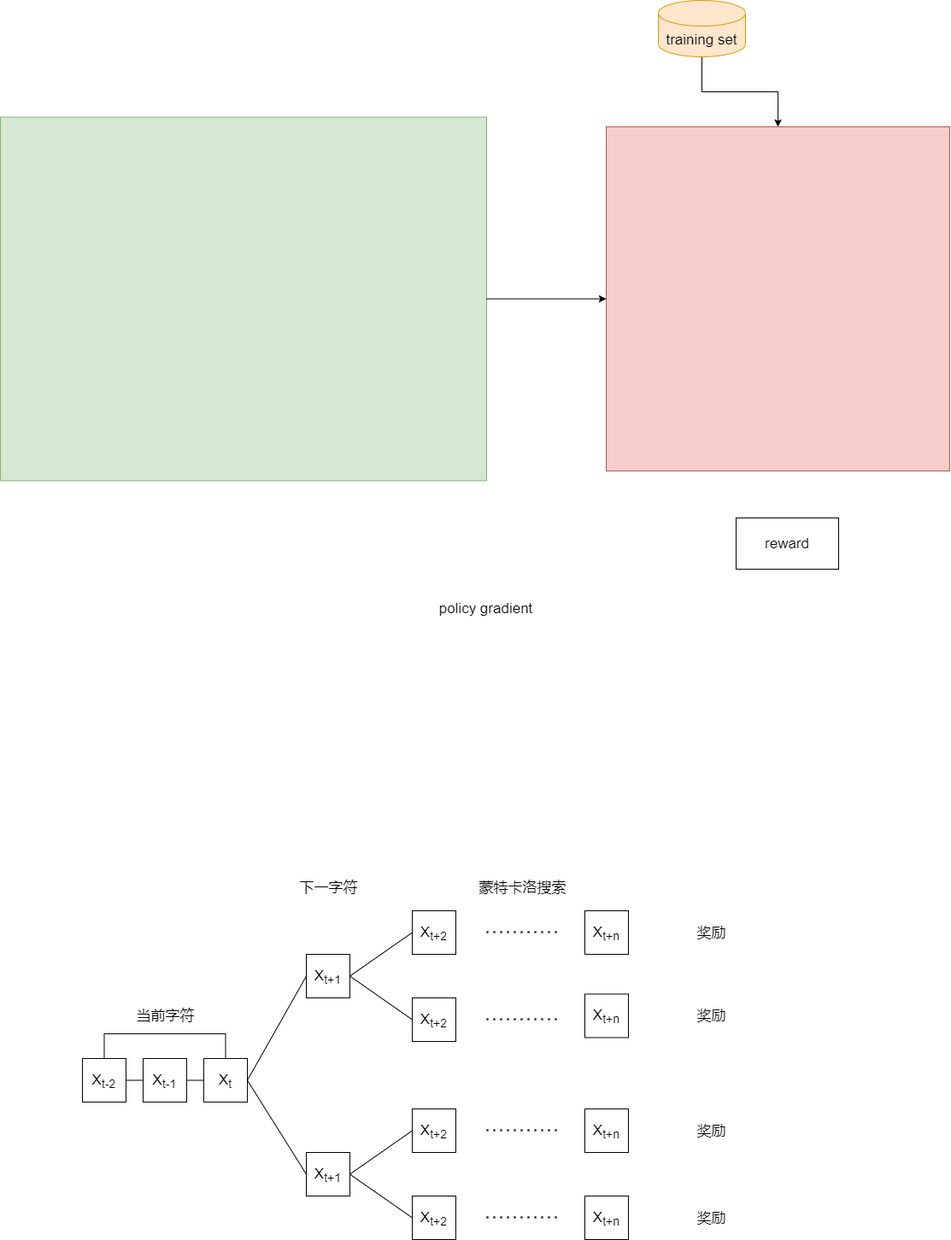
The draw.io diagram seqgan.drawio.png in lakomi/pictures, before a commit. Source tidied: cells renumbered, new cells last; positions are measured from the earlier drawing's top-left corner, leaving out a move shared by most shapes.
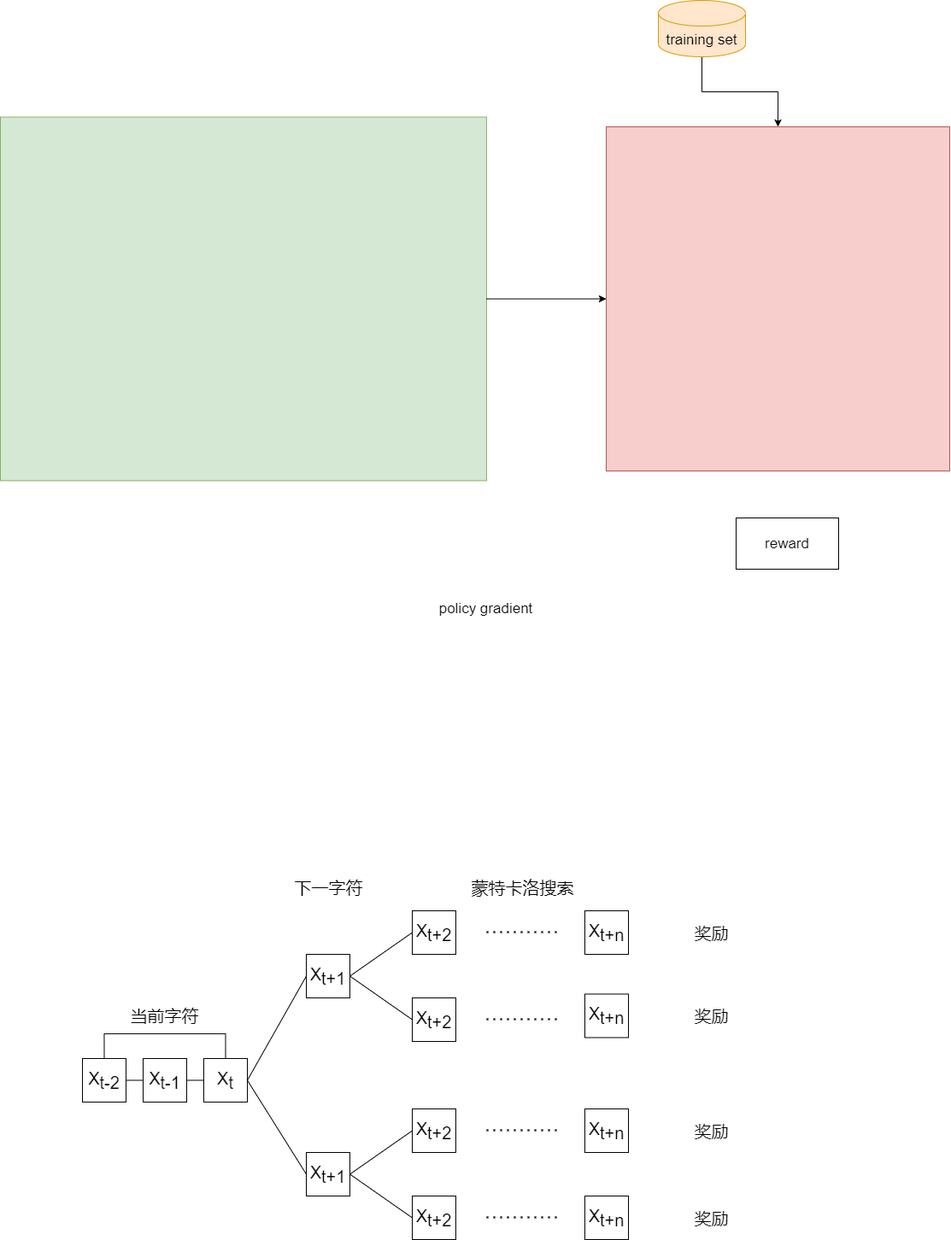
The same file after the commit.

What changed in the source:
```diff
@@ -23,10 +23,10 @@
     <mxCell id="8" value="reward" style="rounded=0;whiteSpace=wrap;html=1;fontSize=17;" parent="1" vertex="1">
       <mxGeometry x="861" y="606" width="120" height="60" as="geometry" />
     </mxCell>
-    <mxCell id="9" style="edgeStyle=orthogonalEdgeStyle;rounded=0;jettySize=auto;html=1;exitX=1;exitY=0.5;exitDx=0;exitDy=0;entryX=0;entryY=0.5;entryDx=0;entryDy=0;fontSize=17;endArrow=none;endFill=0;" parent="1" edge="1" source="11" target="13">
+    <mxCell id="9" style="edgeStyle=orthogonalEdgeStyle;rounded=0;jettySize=auto;html=1;exitX=1;exitY=0.5;exitDx=0;exitDy=0;entryX=0;entryY=0.5;entryDx=0;entryDy=0;fontSize=20;endArrow=none;endFill=0;" parent="1" edge="1" source="11" target="13">
       <mxGeometry relative="1" as="geometry" />
     </mxCell>
-    <mxCell id="10" style="edgeStyle=orthogonalEdgeStyle;rounded=0;jettySize=auto;html=1;exitX=0.5;exitY=0;exitDx=0;exitDy=0;entryX=0.5;entryY=0;entryDx=0;entryDy=0;fontSize=17;endArrow=none;endFill=0;" parent="1" edge="1" source="11" target="16">
+    <mxCell id="10" style="edgeStyle=orthogonalEdgeStyle;rounded=0;jettySize=auto;html=1;exitX=0.5;exitY=0;exitDx=0;exitDy=0;entryX=0.5;entryY=0;entryDx=0;entryDy=0;fontSize=20;endArrow=none;endFill=0;" parent="1" edge="1" source="11" target="16">
       <mxGeometry relative="1" as="geometry">
         <Array as="points">
           <mxPoint x="121" y="1210" />
@@ -34,61 +34,61 @@
         </Array>
       </mxGeometry>
     </mxCell>
-    <mxCell id="11" value="&lt;span&gt;X&lt;/span&gt;&lt;sub&gt;t-2&lt;/sub&gt;" style="rounded=0;whiteSpace=wrap;html=1;fontSize=17;" parent="1" vertex="1">
+    <mxCell id="11" value="&lt;span style=&quot;font-size: 20px;&quot;&gt;X&lt;/span&gt;&lt;sub style=&quot;font-size: 20px;&quot;&gt;t-2&lt;/sub&gt;" style="rounded=0;whiteSpace=wrap;html=1;fontSize=20;" parent="1" vertex="1">
       <mxGeometry x="96" y="1239" width="51" height="51" as="geometry" />
     </mxCell>
-    <mxCell id="12" style="edgeStyle=orthogonalEdgeStyle;rounded=0;jettySize=auto;html=1;exitX=1;exitY=0.5;exitDx=0;exitDy=0;entryX=0;entryY=0.5;entryDx=0;entryDy=0;fontSize=17;endArrow=none;endFill=0;" parent="1" edge="1" source="13" target="16">
+    <mxCell id="12" style="edgeStyle=orthogonalEdgeStyle;rounded=0;jettySize=auto;html=1;exitX=1;exitY=0.5;exitDx=0;exitDy=0;entryX=0;entryY=0.5;entryDx=0;entryDy=0;fontSize=20;endArrow=none;endFill=0;" parent="1" edge="1" source="13" target="16">
       <mxGeometry relative="1" as="geometry" />
     </mxCell>
-    <mxCell id="13" value="&lt;span&gt;X&lt;/span&gt;&lt;sub&gt;t-1&lt;/sub&gt;" style="rounded=0;whiteSpace=wrap;html=1;fontSize=17;" parent="1" vertex="1">
+    <mxCell id="13" value="&lt;span style=&quot;font-size: 20px;&quot;&gt;X&lt;/span&gt;&lt;sub style=&quot;font-size: 20px;&quot;&gt;t-1&lt;/sub&gt;" style="rounded=0;whiteSpace=wrap;html=1;fontSize=20;" parent="1" vertex="1">
       <mxGeometry x="167" y="1239" width="51" height="51" as="geometry" />
     </mxCell>
-    <mxCell id="14" style="rounded=0;jettySize=auto;html=1;exitX=1;exitY=0.5;exitDx=0;exitDy=0;entryX=0;entryY=0.5;entryDx=0;entryDy=0;fontSize=17;endArrow=none;endFill=0;" parent="1" edge="1" source="16" target="20">
+    <mxCell id="14" style="rounded=0;jettySize=auto;html=1;exitX=1;exitY=0.5;exitDx=0;exitDy=0;entryX=0;entryY=0.5;entryDx=0;entryDy=0;fontSize=20;endArrow=none;endFill=0;" parent="1" edge="1" source="16" target="20">
       <mxGeometry relative="1" as="geometry" />
     </mxCell>
-    <mxCell id="15" style="edgeStyle=none;rounded=0;jettySize=auto;html=1;exitX=1;exitY=0.5;exitDx=0;exitDy=0;entryX=0;entryY=0.5;entryDx=0;entryDy=0;fontSize=17;endArrow=none;endFill=0;" parent="1" edge="1" source="16" target="23">
+    <mxCell id="15" style="edgeStyle=none;rounded=0;jettySize=auto;html=1;exitX=1;exitY=0.5;exitDx=0;exitDy=0;entryX=0;entryY=0.5;entryDx=0;entryDy=0;fontSize=20;endArrow=none;endFill=0;" parent="1" edge="1" source="16" target="23">
       <mxGeometry relative="1" as="geometry" />
     </mxCell>
-    <mxCell id="16" value="X&lt;sub&gt;t&lt;/sub&gt;" style="rounded=0;whiteSpace=wrap;html=1;fontSize=17;" parent="1" vertex="1">
+    <mxCell id="16" value="X&lt;sub style=&quot;font-size: 20px;&quot;&gt;t&lt;/sub&gt;" style="rounded=0;whiteSpace=wrap;html=1;fontSize=20;" parent="1" vertex="1">
       <mxGeometry x="238" y="1239" width="51" height="51" as="geometry" />
     </mxCell>
-    <mxCell id="17" value="当前字符" style="text;html=1;align=center;verticalAlign=middle;strokeColor=none;fillColor=none;fontSize=17;" parent="1" vertex="1">
-      <mxGeometry x="153.5" y="1177" width="78" height="24" as="geometry" />
+    <mxCell id="17" value="当前字符" style="text;html=1;align=center;verticalAlign=middle;strokeColor=none;fillColor=none;fontSize=20;" parent="1" vertex="1">
+      <mxGeometry x="147.5" y="1175" width="90" height="28" as="geometry" />
     </mxCell>
-    <mxCell id="18" style="edgeStyle=none;rounded=0;jettySize=auto;html=1;exitX=1;exitY=0.5;exitDx=0;exitDy=0;entryX=0;entryY=0.5;entryDx=0;entryDy=0;fontSize=17;endArrow=none;endFill=0;" parent="1" edge="1" source="20" target="26">
+    <mxCell id="18" style="edgeStyle=none;rounded=0;jettySize=auto;html=1;exitX=1;exitY=0.5;exitDx=0;exitDy=0;entryX=0;entryY=0.5;entryDx=0;entryDy=0;fontSize=20;endArrow=none;endFill=0;" parent="1" edge="1" source="20" target="26">
       <mxGeometry relative="1" as="geometry" />
     </mxCell>
-    <mxCell id="19" style="edgeStyle=none;rounded=0;jettySize=auto;html=1;exitX=1;exitY=0.5;exitDx=0;exitDy=0;entryX=0;entryY=0.5;entryDx=0;entryDy=0;fontSize=17;endArrow=none;endFill=0;" parent="1" edge="1" source="20" target="24">
+    <mxCell id="19" style="edgeStyle=none;rounded=0;jettySize=auto;html=1;exitX=1;exitY=0.5;exitDx=0;exitDy=0;entryX=0;entryY=0.5;entryDx=0;entryDy=0;fontSize=20;endArrow=none;endFill=0;" parent="1" edge="1" source="20" target="24">
       <mxGeometry relative="1" as="geometry" />
     </mxCell>
-    <mxCell id="20" value="X&lt;sub&gt;t+1&lt;/sub&gt;" style="rounded=0;whiteSpace=wrap;html=1;fontSize=17;" parent="1" vertex="1">
+    <mxCell id="20" value="X&lt;sub style=&quot;font-size: 20px;&quot;&gt;t+1&lt;/sub&gt;" style="rounded=0;whiteSpace=wrap;html=1;fontSize=20;" parent="1" vertex="1">
       <mxGeometry x="358" y="1117" width="51" height="51" as="geometry" />
     </mxCell>
-    <mxCell id="21" style="edgeStyle=none;rounded=0;jettySize=auto;html=1;exitX=1;exitY=0.5;exitDx=0;exitDy=0;entryX=0;entryY=0.5;entryDx=0;entryDy=0;fontSize=17;endArrow=none;endFill=0;" parent="1" edge="1" source="23" target="25">
+    <mxCell id="21" style="edgeStyle=none;rounded=0;jettySize=auto;html=1;exitX=1;exitY=0.5;exitDx=0;exitDy=0;entryX=0;entryY=0.5;entryDx=0;entryDy=0;fontSize=20;endArrow=none;endFill=0;" parent="1" edge="1" source="23" target="25">
       <mxGeometry relative="1" as="geometry" />
     </mxCell>
-    <mxCell id="22" style="edgeStyle=none;rounded=0;jettySize=auto;html=1;exitX=1;exitY=0.5;exitDx=0;exitDy=0;entryX=0;entryY=0.5;entryDx=0;entryDy=0;fontSize=17;endArrow=none;endFill=0;" parent="1" edge="1" source="23" target="27">
+    <mxCell id="22" style="edgeStyle=none;rounded=0;jettySize=auto;html=1;exitX=1;exitY=0.5;exitDx=0;exitDy=0;entryX=0;entryY=0.5;entryDx=0;entryDy=0;fontSize=20;endArrow=none;endFill=0;" parent="1" edge="1" source="23" target="27">
       <mxGeometry relative="1" as="geometry" />
     </mxCell>
-    <mxCell id="23" value="X&lt;sub&gt;t+1&lt;/sub&gt;" style="rounded=0;whiteSpace=wrap;html=1;fontSize=17;" parent="1" vertex="1">
+    <mxCell id="23" value="X&lt;sub style=&quot;font-size: 20px;&quot;&gt;t+1&lt;/sub&gt;" style="rounded=0;whiteSpace=wrap;html=1;fontSize=20;" parent="1" vertex="1">
       <mxGeometry x="358" y="1349" width="51" height="51" as="geometry" />
     </mxCell>
-    <mxCell id="24" value="X&lt;sub&gt;t+2&lt;/sub&gt;" style="rounded=0;whiteSpace=wrap;html=1;fontSize=17;" parent="1" vertex="1">
+    <mxCell id="24" value="X&lt;sub style=&quot;font-size: 20px;&quot;&gt;t+2&lt;/sub&gt;" style="rounded=0;whiteSpace=wrap;html=1;fontSize=20;" parent="1" vertex="1">
       <mxGeometry x="482" y="1168" width="51" height="51" as="geometry" />
     </mxCell>
-    <mxCell id="25" value="X&lt;sub&gt;t+2&lt;/sub&gt;" style="rounded=0;whiteSpace=wrap;html=1;fontSize=17;" parent="1" vertex="1">
+    <mxCell id="25" value="X&lt;sub style=&quot;font-size: 20px;&quot;&gt;t+2&lt;/sub&gt;" style="rounded=0;whiteSpace=wrap;html=1;fontSize=20;" parent="1" vertex="1">
       <mxGeometry x="482" y="1298" width="51" height="51" as="geometry" />
     </mxCell>
-    <mxCell id="26" value="X&lt;sub&gt;t+2&lt;/sub&gt;" style="rounded=0;whiteSpace=wrap;html=1;fontSize=17;" parent="1" vertex="1">
+    <mxCell id="26" value="X&lt;sub style=&quot;font-size: 20px;&quot;&gt;t+2&lt;/sub&gt;" style="rounded=0;whiteSpace=wrap;html=1;fontSize=20;" parent="1" vertex="1">
       <mxGeometry x="482" y="1066" width="51" height="51" as="geometry" />
     </mxCell>
-    <mxCell id="27" value="X&lt;sub&gt;t+2&lt;/sub&gt;" style="rounded=0;whiteSpace=wrap;html=1;fontSize=17;" parent="1" vertex="1">
+    <mxCell id="27" value="X&lt;sub style=&quot;font-size: 20px;&quot;&gt;t+2&lt;/sub&gt;" style="rounded=0;whiteSpace=wrap;html=1;fontSize=20;" parent="1" vertex="1">
       <mxGeometry x="482" y="1400" width="51" height="51" as="geometry" />
     </mxCell>
-    <mxCell id="28" value="下一字符" style="text;html=1;align=center;verticalAlign=middle;strokeColor=none;fillColor=none;fontSize=17;" parent="1" vertex="1">
-      <mxGeometry x="344.5" y="1027" width="78" height="24" as="geometry" />
+    <mxCell id="28" value="下一字符" style="text;html=1;align=center;verticalAlign=middle;strokeColor=none;fillColor=none;fontSize=20;" parent="1" vertex="1">
+      <mxGeometry x="338.5" y="1025" width="90" height="28" as="geometry" />
     </mxCell>
-    <mxCell id="29" style="endArrow=none;dashed=1;html=1;dashPattern=1 3;strokeWidth=2;rounded=0;fontSize=17;" parent="1" edge="1">
+    <mxCell id="29" style="endArrow=none;dashed=1;html=1;dashPattern=1 3;strokeWidth=2;rounded=0;fontSize=20;" parent="1" edge="1">
       <mxGeometry relative="1" as="geometry">
         <mxPoint x="569" y="1090.9" as="sourcePoint" />
         <mxPoint x="657" y="1090.9" as="targetPoint" />
@@ -97,7 +97,7 @@
         </Array>
       </mxGeometry>
     </mxCell>
-    <mxCell id="30" style="endArrow=none;dashed=1;html=1;dashPattern=1 3;strokeWidth=2;rounded=0;fontSize=17;" parent="1" edge="1">
+    <mxCell id="30" style="endArrow=none;dashed=1;html=1;dashPattern=1 3;strokeWidth=2;rounded=0;fontSize=20;" parent="1" edge="1">
       <mxGeometry relative="1" as="geometry">
         <mxPoint x="569" y="1424.9" as="sourcePoint" />
         <mxPoint x="657" y="1424.9" as="targetPoint" />
@@ -106,7 +106,7 @@
         </Array>
       </mxGeometry>
     </mxCell>
-    <mxCell id="31" style="endArrow=none;dashed=1;html=1;dashPattern=1 3;strokeWidth=2;rounded=0;fontSize=17;" parent="1" edge="1">
+    <mxCell id="31" style="endArrow=none;dashed=1;html=1;dashPattern=1 3;strokeWidth=2;rounded=0;fontSize=20;" parent="1" edge="1">
       <mxGeometry relative="1" as="geometry">
         <mxPoint x="569" y="1322.9" as="sourcePoint" />
         <mxPoint x="657" y="1322.9" as="targetPoint" />
@@ -115,7 +115,7 @@
         </Array>
       </mxGeometry>
     </mxCell>
-    <mxCell id="32" style="endArrow=none;dashed=1;html=1;dashPattern=1 3;strokeWidth=2;rounded=0;fontSize=17;" parent="1" edge="1">
+    <mxCell id="32" style="endArrow=none;dashed=1;html=1;dashPattern=1 3;strokeWidth=2;rounded=0;fontSize=20;" parent="1" edge="1">
       <mxGeometry relative="1" as="geometry">
         <mxPoint x="569" y="1192.9" as="sourcePoint" />
         <mxPoint x="657" y="1192.9" as="targetPoint" />
@@ -124,32 +124,32 @@
         </Array>
       </mxGeometry>
     </mxCell>
-    <mxCell id="33" value="X&lt;sub&gt;t+n&lt;/sub&gt;" style="rounded=0;whiteSpace=wrap;html=1;fontSize=17;" parent="1" vertex="1">
+    <mxCell id="33" value="X&lt;sub style=&quot;font-size: 20px;&quot;&gt;t+n&lt;/sub&gt;" style="rounded=0;whiteSpace=wrap;html=1;fontSize=20;" parent="1" vertex="1">
       <mxGeometry x="684" y="1066" width="51" height="51" as="geometry" />
     </mxCell>
-    <mxCell id="34" value="X&lt;sub&gt;t+n&lt;/sub&gt;" style="rounded=0;whiteSpace=wrap;html=1;fontSize=17;" parent="1" vertex="1">
+    <mxCell id="34" value="X&lt;sub style=&quot;font-size: 20px;&quot;&gt;t+n&lt;/sub&gt;" style="rounded=0;whiteSpace=wrap;html=1;fontSize=20;" parent="1" vertex="1">
       <mxGeometry x="684" y="1163.5" width="51" height="51" as="geometry" />
     </mxCell>
-    <mxCell id="35" value="X&lt;sub&gt;t+n&lt;/sub&gt;" style="rounded=0;whiteSpace=wrap;html=1;fontSize=17;" parent="1" vertex="1">
+    <mxCell id="35" value="X&lt;sub style=&quot;font-size: 20px;&quot;&gt;t+n&lt;/sub&gt;" style="rounded=0;whiteSpace=wrap;html=1;fontSize=20;" parent="1" vertex="1">
       <mxGeometry x="684" y="1298" width="51" height="51" as="geometry" />
     </mxCell>
-    <mxCell id="36" value="X&lt;sub&gt;t+n&lt;/sub&gt;" style="rounded=0;whiteSpace=wrap;html=1;fontSize=17;" parent="1" vertex="1">
+    <mxCell id="36" value="X&lt;sub style=&quot;font-size: 20px;&quot;&gt;t+n&lt;/sub&gt;" style="rounded=0;whiteSpace=wrap;html=1;fontSize=20;" parent="1" vertex="1">
       <mxGeometry x="684" y="1400" width="51" height="51" as="geometry" />
     </mxCell>
-    <mxCell id="37" value="蒙特卡洛搜索" style="text;html=1;align=center;verticalAlign=middle;strokeColor=none;fillColor=none;fontSize=17;" parent="1" vertex="1">
-      <mxGeometry x="555" y="1027" width="112" height="24" as="geometry" />
+    <mxCell id="37" value="蒙特卡洛搜索" style="text;html=1;align=center;verticalAlign=middle;strokeColor=none;fillColor=none;fontSize=20;" parent="1" vertex="1">
+      <mxGeometry x="546" y="1025" width="130" height="28" as="geometry" />
     </mxCell>
-    <mxCell id="38" value="奖励" style="text;html=1;align=center;verticalAlign=middle;strokeColor=none;fillColor=none;fontSize=17;" parent="1" vertex="1">
-      <mxGeometry x="810" y="1079.5" width="44" height="24" as="geometry" />
+    <mxCell id="38" value="奖励" style="text;html=1;align=center;verticalAlign=middle;strokeColor=none;fillColor=none;fontSize=20;" parent="1" vertex="1">
+      <mxGeometry x="807" y="1077.5" width="50" height="28" as="geometry" />
     </mxCell>
-    <mxCell id="39" value="奖励" style="text;html=1;align=center;verticalAlign=middle;strokeColor=none;fillColor=none;fontSize=17;" parent="1" vertex="1">
-      <mxGeometry x="810" y="1177" width="44" height="24" as="geometry" />
+    <mxCell id="39" value="奖励" style="text;html=1;align=center;verticalAlign=middle;strokeColor=none;fillColor=none;fontSize=20;" parent="1" vertex="1">
+      <mxGeometry x="807" y="1175" width="50" height="28" as="geometry" />
     </mxCell>
-    <mxCell id="40" value="奖励" style="text;html=1;align=center;verticalAlign=middle;strokeColor=none;fillColor=none;fontSize=17;" parent="1" vertex="1">
-      <mxGeometry x="810" y="1311.5" width="44" height="24" as="geometry" />
+    <mxCell id="40" value="奖励" style="text;html=1;align=center;verticalAlign=middle;strokeColor=none;fillColor=none;fontSize=20;" parent="1" vertex="1">
+      <mxGeometry x="807" y="1309.5" width="50" height="28" as="geometry" />
     </mxCell>
-    <mxCell id="41" value="奖励" style="text;html=1;align=center;verticalAlign=middle;strokeColor=none;fillColor=none;fontSize=17;" parent="1" vertex="1">
-      <mxGeometry x="810" y="1413.5" width="44" height="24" as="geometry" />
+    <mxCell id="41" value="奖励" style="text;html=1;align=center;verticalAlign=middle;strokeColor=none;fillColor=none;fontSize=20;" parent="1" vertex="1">
+      <mxGeometry x="807" y="1411.5" width="50" height="28" as="geometry" />
     </mxCell>
   </root>
 </mxGraphModel>
```
